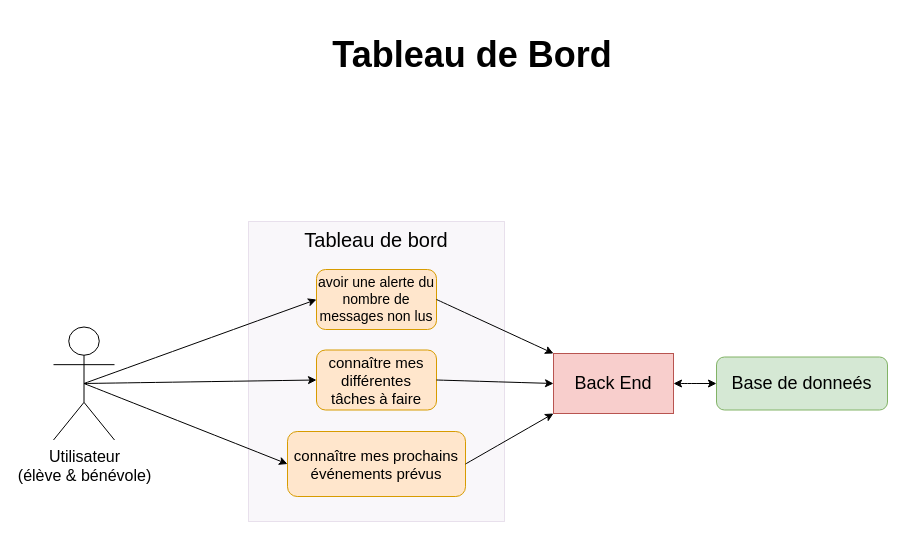
This is page "Tableau de bord" (2 of 5) of Untitled Diagram.drawio from melacod/MelanieKlein_10_22122021, a draw.io file, before an edit. Source tidied: cells renumbered, new cells numbered last; positions are measured from the earlier drawing's top-left corner, leaving out a move shared by most shapes. Both pictures are drawn from the tidied source at 100%, with x=0, y=0 at pixel (53, 39).
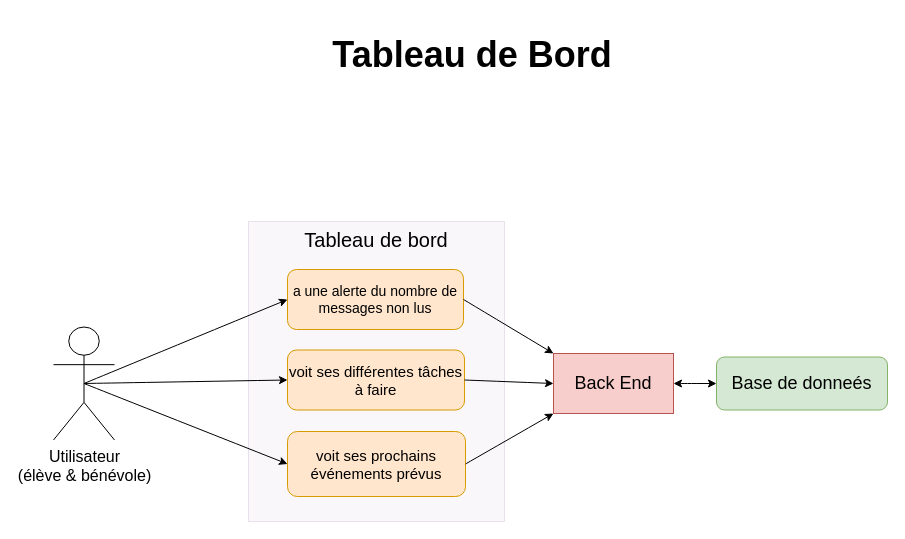
After the change.

The edit, as a diff of the source:
```diff
@@
 <mxGraphModel>
   <root>
     <mxCell id="0" />
     <mxCell id="1" parent="0" />
     <mxCell id="2" value="&lt;h1&gt;&lt;font style=&quot;font-size: 36px&quot;&gt;Tableau de Bord&lt;/font&gt;&lt;/h1&gt;" style="text;html=1;strokeColor=none;fillColor=none;align=center;verticalAlign=middle;whiteSpace=wrap;rounded=0;" parent="1" vertex="1">
       <mxGeometry x="265" width="308" height="30" as="geometry" />
     </mxCell>
     <mxCell id="3" value="&lt;span&gt;&lt;font style=&quot;font-size: 20px&quot;&gt;Tableau de bord&lt;/font&gt;&lt;/span&gt;" style="rounded=0;whiteSpace=wrap;html=1;fontSize=18;strokeWidth=1;fillColor=#e1d5e7;strokeColor=#9673a6;opacity=20;verticalAlign=top;" parent="1" vertex="1">
       <mxGeometry x="195" y="182" width="256" height="300" as="geometry" />
     </mxCell>
     <mxCell id="4" value="&lt;font style=&quot;font-size: 16px&quot;&gt;Utilisateur&lt;br&gt;(élève &amp;amp; bénévole)&lt;/font&gt;" style="shape=umlActor;verticalLabelPosition=bottom;verticalAlign=top;html=1;outlineConnect=0;fontSize=14;" parent="1" vertex="1">
       <mxGeometry y="287.5" width="61" height="113" as="geometry" />
     </mxCell>
-    <mxCell id="5" value="&lt;font style=&quot;font-size: 14px&quot;&gt;avoir une alerte du nombre de messages non lus&lt;/font&gt;" style="rounded=1;whiteSpace=wrap;html=1;fontSize=14;fillColor=#ffe6cc;strokeColor=#d79b00;" parent="1" vertex="1">
-      <mxGeometry x="263" y="230" width="120" height="60" as="geometry" />
+    <mxCell id="5" value="&lt;font style=&quot;font-size: 14px&quot;&gt;a une alerte du nombre de messages non lus&lt;/font&gt;" style="rounded=1;whiteSpace=wrap;html=1;fontSize=14;fillColor=#ffe6cc;strokeColor=#d79b00;" parent="1" vertex="1">
+      <mxGeometry x="234" y="230" width="176" height="60" as="geometry" />
     </mxCell>
-    <mxCell id="6" value="&lt;font style=&quot;font-size: 15px&quot;&gt;connaître mes différentes tâches à faire&lt;/font&gt;" style="rounded=1;whiteSpace=wrap;html=1;fontSize=14;fillColor=#ffe6cc;strokeColor=#d79b00;" parent="1" vertex="1">
-      <mxGeometry x="263" y="310.5" width="120" height="60" as="geometry" />
+    <mxCell id="6" value="&lt;font style=&quot;font-size: 15px&quot;&gt;voit ses différentes tâches à faire&lt;/font&gt;" style="rounded=1;whiteSpace=wrap;html=1;fontSize=14;fillColor=#ffe6cc;strokeColor=#d79b00;" parent="1" vertex="1">
+      <mxGeometry x="234" y="310.5" width="177" height="60" as="geometry" />
     </mxCell>
     <mxCell id="7" style="endArrow=classic;html=1;rounded=0;fontSize=18;curved=1;entryX=0;entryY=0.5;entryDx=0;entryDy=0;exitX=0.5;exitY=0.5;exitDx=0;exitDy=0;exitPerimeter=0;" parent="1" edge="1" source="4" target="5">
       <mxGeometry relative="1" as="geometry" />
     </mxCell>
     <mxCell id="8" style="endArrow=classic;html=1;rounded=0;fontSize=18;entryX=0;entryY=0.5;entryDx=0;entryDy=0;curved=1;exitX=0.5;exitY=0.5;exitDx=0;exitDy=0;exitPerimeter=0;" parent="1" edge="1" source="4" target="6">
       <mxGeometry relative="1" as="geometry" />
     </mxCell>
-    <mxCell id="9" value="&lt;font style=&quot;font-size: 15px&quot;&gt;connaître mes prochains événements prévus&lt;/font&gt;" style="rounded=1;whiteSpace=wrap;html=1;fontSize=14;fillColor=#ffe6cc;strokeColor=#d79b00;" parent="1" vertex="1">
+    <mxCell id="9" value="&lt;font style=&quot;font-size: 15px&quot;&gt;voit ses prochains événements prévus&lt;/font&gt;" style="rounded=1;whiteSpace=wrap;html=1;fontSize=14;fillColor=#ffe6cc;strokeColor=#d79b00;" parent="1" vertex="1">
       <mxGeometry x="234" y="392" width="178" height="65" as="geometry" />
     </mxCell>
     <mxCell id="10" style="endArrow=classic;html=1;rounded=0;fontSize=18;curved=1;entryX=0;entryY=0.5;entryDx=0;entryDy=0;exitX=0.5;exitY=0.5;exitDx=0;exitDy=0;exitPerimeter=0;" parent="1" edge="1" source="4" target="9">
       <mxGeometry relative="1" as="geometry" />
     </mxCell>
     <mxCell id="11" value="&lt;font style=&quot;font-size: 18px&quot;&gt;Back End&lt;/font&gt;" style="rounded=0;whiteSpace=wrap;html=1;fontSize=10;fillColor=#f8cecc;strokeColor=#b85450;" parent="1" vertex="1">
       <mxGeometry x="500" y="314" width="120" height="60" as="geometry" />
     </mxCell>
     <mxCell id="12" value="&lt;span&gt;Base de donneés&lt;/span&gt;" style="rounded=1;whiteSpace=wrap;html=1;fontSize=18;fillColor=#d5e8d4;strokeColor=#82b366;strokeWidth=1;" parent="1" vertex="1">
       <mxGeometry x="663" y="317.5" width="171" height="53" as="geometry" />
     </mxCell>
     <mxCell id="13" style="endArrow=classic;startArrow=classic;html=1;rounded=0;fontSize=18;entryX=0;entryY=0.5;entryDx=0;entryDy=0;exitX=1;exitY=0.5;exitDx=0;exitDy=0;curved=1;" parent="1" edge="1" source="11" target="12">
       <mxGeometry relative="1" as="geometry" />
     </mxCell>
     <mxCell id="14" style="endArrow=classic;html=1;rounded=0;fontSize=18;exitX=1;exitY=0.5;exitDx=0;exitDy=0;entryX=0;entryY=0.5;entryDx=0;entryDy=0;curved=1;" parent="1" edge="1" source="6" target="11">
       <mxGeometry relative="1" as="geometry" />
     </mxCell>
     <mxCell id="15" style="endArrow=classic;html=1;rounded=0;fontSize=18;exitX=1;exitY=0.5;exitDx=0;exitDy=0;entryX=0;entryY=0;entryDx=0;entryDy=0;curved=1;" parent="1" edge="1" source="5" target="11">
       <mxGeometry relative="1" as="geometry" />
     </mxCell>
     <mxCell id="16" style="endArrow=classic;html=1;rounded=0;fontSize=18;entryX=0;entryY=1;entryDx=0;entryDy=0;curved=1;exitX=1;exitY=0.5;exitDx=0;exitDy=0;" parent="1" edge="1" source="9" target="11">
       <mxGeometry relative="1" as="geometry" />
     </mxCell>
   </root>
 </mxGraphModel>
```
